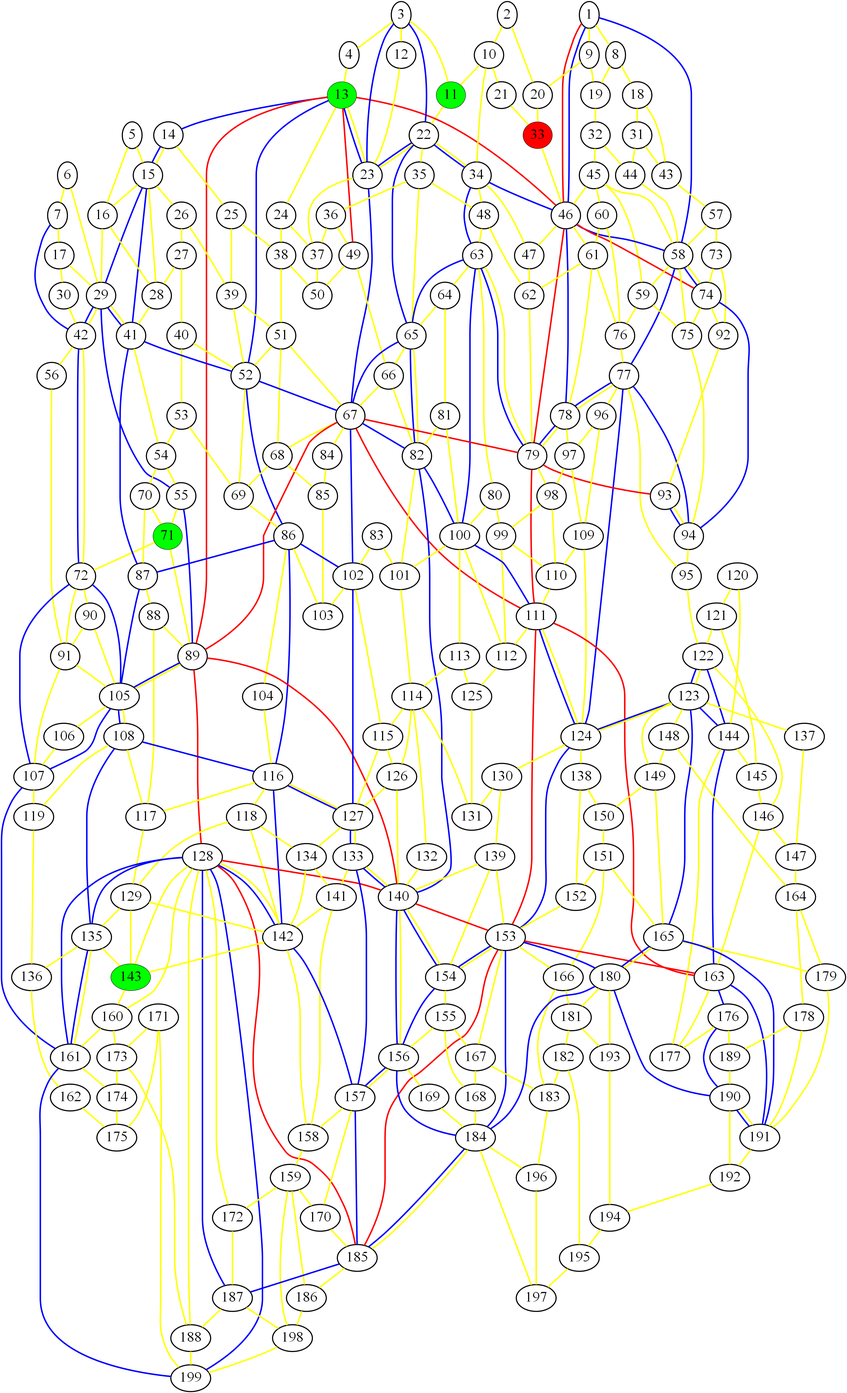
Earlier version of the Graphviz export graph_10.png (ed-churchill/complex-systems-project). Its source is kept beside it as graph_10.gv.
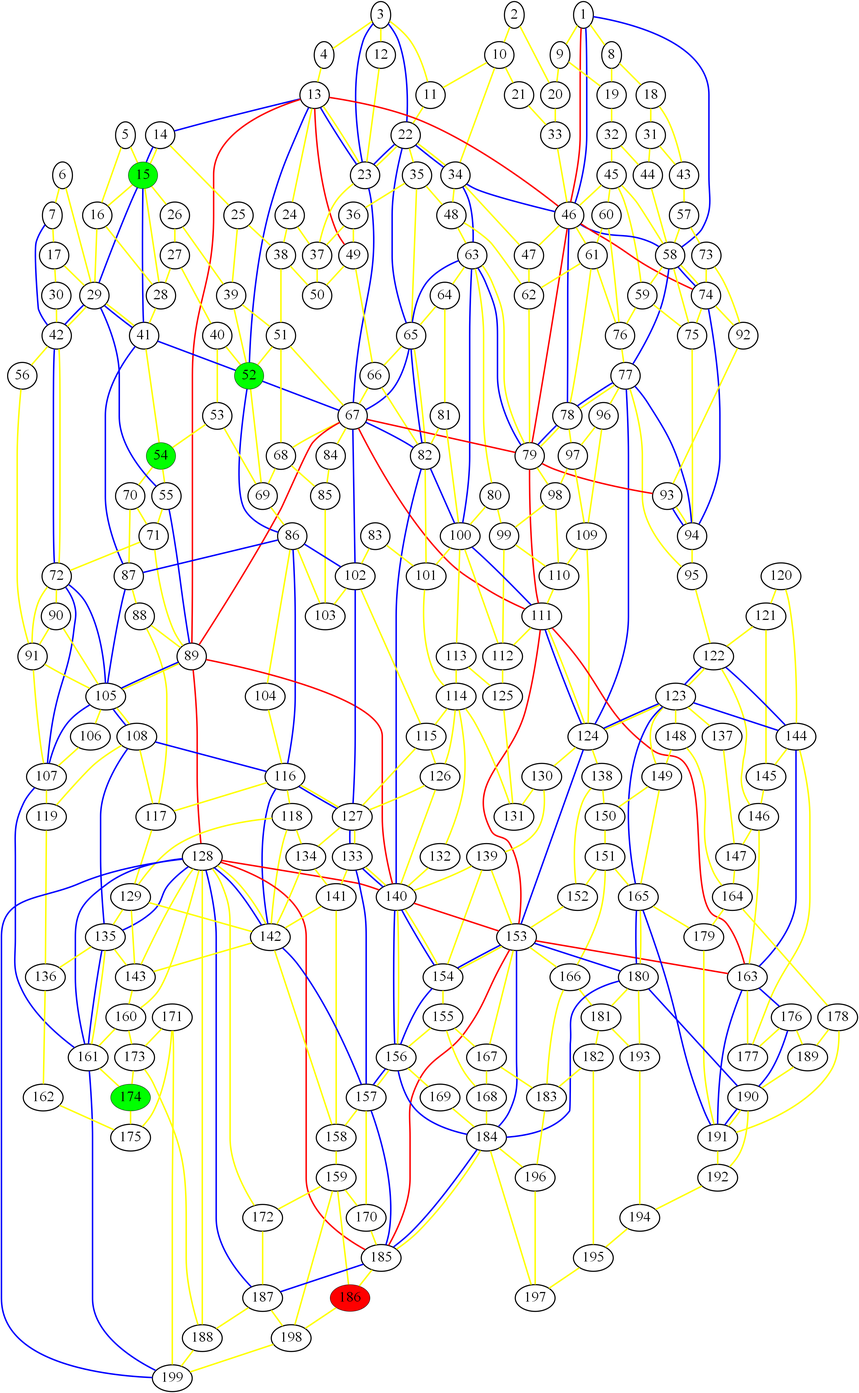
Later version of the same file.

Change to the diagram source:
```diff
@@ -1,9 +1,9 @@
 graph london_graph {
-33 [fillcolor=red, fontsize=40, pendwidth=3, style=filled];
-71 [fillcolor=green, fontsize=40, pendwidth=3, style=filled];
-11 [fillcolor=green, fontsize=40, pendwidth=3, style=filled];
-143 [fillcolor=green, fontsize=40, pendwidth=3, style=filled];
-13 [fillcolor=green, fontsize=40, pendwidth=3, style=filled];
+186 [fillcolor=red, fontsize=40, pendwidth=3, style=filled];
+174 [fillcolor=green, fontsize=40, pendwidth=3, style=filled];
+15 [fillcolor=green, fontsize=40, pendwidth=3, style=filled];
+52 [fillcolor=green, fontsize=40, pendwidth=3, style=filled];
+54 [fillcolor=green, fontsize=40, pendwidth=3, style=filled];
 1 [fontsize=40, penwidth=3];
 2 [fontsize=40, penwidth=3];
 3 [fontsize=40, penwidth=3];
@@ -14,9 +14,10 @@
 8 [fontsize=40, penwidth=3];
 9 [fontsize=40, penwidth=3];
 10 [fontsize=40, penwidth=3];
+11 [fontsize=40, penwidth=3];
 12 [fontsize=40, penwidth=3];
+13 [fontsize=40, penwidth=3];
 14 [fontsize=40, penwidth=3];
-15 [fontsize=40, penwidth=3];
 16 [fontsize=40, penwidth=3];
 17 [fontsize=40, penwidth=3];
 18 [fontsize=40, penwidth=3];
@@ -34,6 +35,7 @@
 30 [fontsize=40, penwidth=3];
 31 [fontsize=40, penwidth=3];
 32 [fontsize=40, penwidth=3];
+33 [fontsize=40, penwidth=3];
 34 [fontsize=40, penwidth=3];
 35 [fontsize=40, penwidth=3];
 36 [fontsize=40, penwidth=3];
@@ -52,9 +54,7 @@
 49 [fontsize=40, penwidth=3];
 50 [fontsize=40, penwidth=3];
 51 [fontsize=40, penwidth=3];
-52 [fontsize=40, penwidth=3];
 53 [fontsize=40, penwidth=3];
-54 [fontsize=40, penwidth=3];
 55 [fontsize=40, penwidth=3];
 56 [fontsize=40, penwidth=3];
 57 [fontsize=40, penwidth=3];
@@ -71,6 +71,7 @@
 68 [fontsize=40, penwidth=3];
 69 [fontsize=40, penwidth=3];
 70 [fontsize=40, penwidth=3];
+71 [fontsize=40, penwidth=3];
 72 [fontsize=40, penwidth=3];
 73 [fontsize=40, penwidth=3];
 74 [fontsize=40, penwidth=3];
@@ -142,6 +143,7 @@
 140 [fontsize=40, penwidth=3];
 141 [fontsize=40, penwidth=3];
 142 [fontsize=40, penwidth=3];
+143 [fontsize=40, penwidth=3];
 144 [fontsize=40, penwidth=3];
 145 [fontsize=40, penwidth=3];
 146 [fontsize=40, penwidth=3];
@@ -172,7 +174,6 @@
 171 [fontsize=40, penwidth=3];
 172 [fontsize=40, penwidth=3];
 173 [fontsize=40, penwidth=3];
-174 [fontsize=40, penwidth=3];
 175 [fontsize=40, penwidth=3];
 176 [fontsize=40, penwidth=3];
 177 [fontsize=40, penwidth=3];
@@ -184,7 +185,6 @@
 183 [fontsize=40, penwidth=3];
 184 [fontsize=40, penwidth=3];
 185 [fontsize=40, penwidth=3];
-186 [fontsize=40, penwidth=3];
 187 [fontsize=40, penwidth=3];
 188 [fontsize=40, penwidth=3];
 189 [fontsize=40, penwidth=3];
```
